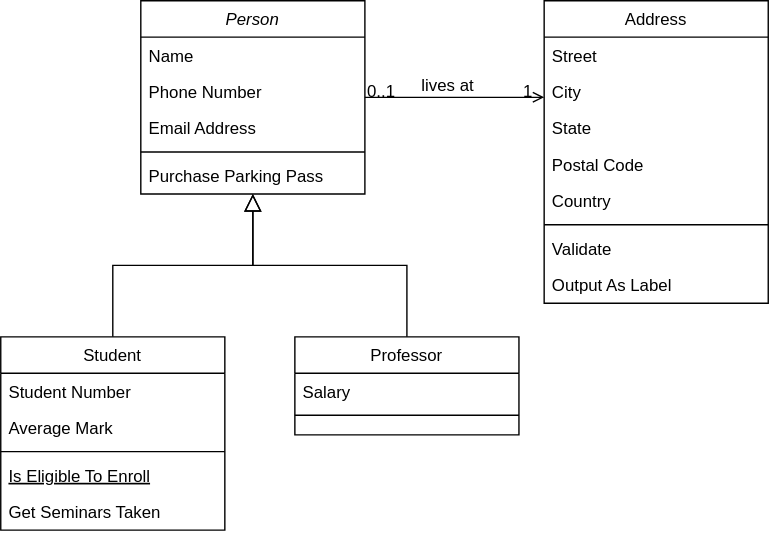
The draw.io diagram Diagrama.drawio.svg in min-swep-r/kodes, before a commit. Source tidied: cells renumbered, new cells last; positions are measured from the earlier drawing's top-left corner, leaving out a move shared by most shapes. Its diagram source:
```xml
<mxGraphModel>
  <root>
    <mxCell id="0" />
    <mxCell id="1" parent="0" />
    <mxCell id="2" value="Person" style="swimlane;fontStyle=2;align=center;verticalAlign=top;horizontal=1;startSize=26;rounded=0;shadow=0;strokeWidth=1;" parent="1" vertex="1">
      <mxGeometry x="100" width="160" height="138" as="geometry" />
    </mxCell>
    <mxCell id="3" value="Name" style="text;align=left;verticalAlign=top;spacingLeft=4;spacingRight=4;overflow=hidden;" parent="2" vertex="1">
      <mxGeometry y="26" width="160" height="26" as="geometry" />
    </mxCell>
    <mxCell id="4" value="Phone Number" style="text;align=left;verticalAlign=top;spacingLeft=4;spacingRight=4;overflow=hidden;rounded=0;shadow=0;html=0;" parent="2" vertex="1">
      <mxGeometry y="52" width="160" height="26" as="geometry" />
    </mxCell>
    <mxCell id="5" value="Email Address" style="text;align=left;verticalAlign=top;spacingLeft=4;spacingRight=4;overflow=hidden;rounded=0;shadow=0;html=0;" parent="2" vertex="1">
      <mxGeometry y="78" width="160" height="26" as="geometry" />
    </mxCell>
    <mxCell id="6" style="line;html=1;strokeWidth=1;align=left;verticalAlign=middle;spacingTop=-1;spacingLeft=3;spacingRight=3;labelPosition=right;" parent="2" vertex="1">
      <mxGeometry y="104" width="160" height="8" as="geometry" />
    </mxCell>
    <mxCell id="7" value="Purchase Parking Pass" style="text;align=left;verticalAlign=top;spacingLeft=4;spacingRight=4;overflow=hidden;" parent="2" vertex="1">
      <mxGeometry y="112" width="160" height="26" as="geometry" />
    </mxCell>
    <mxCell id="8" value="Student" style="swimlane;fontStyle=0;align=center;verticalAlign=top;horizontal=1;startSize=26;rounded=0;shadow=0;strokeWidth=1;" parent="1" vertex="1">
      <mxGeometry y="240" width="160" height="138" as="geometry" />
    </mxCell>
    <mxCell id="9" value="Student Number" style="text;align=left;verticalAlign=top;spacingLeft=4;spacingRight=4;overflow=hidden;" parent="8" vertex="1">
      <mxGeometry y="26" width="160" height="26" as="geometry" />
    </mxCell>
    <mxCell id="10" value="Average Mark" style="text;align=left;verticalAlign=top;spacingLeft=4;spacingRight=4;overflow=hidden;rounded=0;shadow=0;html=0;" parent="8" vertex="1">
      <mxGeometry y="52" width="160" height="26" as="geometry" />
    </mxCell>
    <mxCell id="11" style="line;html=1;strokeWidth=1;align=left;verticalAlign=middle;spacingTop=-1;spacingLeft=3;spacingRight=3;labelPosition=right;" parent="8" vertex="1">
      <mxGeometry y="78" width="160" height="8" as="geometry" />
    </mxCell>
    <mxCell id="12" value="Is Eligible To Enroll" style="text;align=left;verticalAlign=top;spacingLeft=4;spacingRight=4;overflow=hidden;fontStyle=4;" parent="8" vertex="1">
      <mxGeometry y="86" width="160" height="26" as="geometry" />
    </mxCell>
    <mxCell id="13" value="Get Seminars Taken" style="text;align=left;verticalAlign=top;spacingLeft=4;spacingRight=4;overflow=hidden;" parent="8" vertex="1">
      <mxGeometry y="112" width="160" height="26" as="geometry" />
    </mxCell>
    <mxCell id="14" style="endArrow=block;endSize=10;endFill=0;shadow=0;strokeWidth=1;rounded=0;edgeStyle=elbowEdgeStyle;elbow=vertical;" parent="1" edge="1" source="8" target="2">
      <mxGeometry relative="1" as="geometry" />
    </mxCell>
    <mxCell id="15" value="Professor" style="swimlane;fontStyle=0;align=center;verticalAlign=top;horizontal=1;startSize=26;rounded=0;shadow=0;strokeWidth=1;" parent="1" vertex="1">
      <mxGeometry x="210" y="240" width="160" height="70" as="geometry" />
    </mxCell>
    <mxCell id="16" value="Salary" style="text;align=left;verticalAlign=top;spacingLeft=4;spacingRight=4;overflow=hidden;" parent="15" vertex="1">
      <mxGeometry y="26" width="160" height="26" as="geometry" />
    </mxCell>
    <mxCell id="17" style="line;html=1;strokeWidth=1;align=left;verticalAlign=middle;spacingTop=-1;spacingLeft=3;spacingRight=3;labelPosition=right;" parent="15" vertex="1">
      <mxGeometry y="52" width="160" height="8" as="geometry" />
    </mxCell>
    <mxCell id="18" style="endArrow=block;endSize=10;endFill=0;shadow=0;strokeWidth=1;rounded=0;edgeStyle=elbowEdgeStyle;elbow=vertical;" parent="1" edge="1" source="15" target="2">
      <mxGeometry relative="1" as="geometry" />
    </mxCell>
    <mxCell id="19" value="Address" style="swimlane;fontStyle=0;align=center;verticalAlign=top;horizontal=1;startSize=26;rounded=0;shadow=0;strokeWidth=1;" parent="1" vertex="1">
      <mxGeometry x="388" width="160" height="216" as="geometry" />
    </mxCell>
    <mxCell id="20" value="Street" style="text;align=left;verticalAlign=top;spacingLeft=4;spacingRight=4;overflow=hidden;" parent="19" vertex="1">
      <mxGeometry y="26" width="160" height="26" as="geometry" />
    </mxCell>
    <mxCell id="21" value="City" style="text;align=left;verticalAlign=top;spacingLeft=4;spacingRight=4;overflow=hidden;rounded=0;shadow=0;html=0;" parent="19" vertex="1">
      <mxGeometry y="52" width="160" height="26" as="geometry" />
    </mxCell>
    <mxCell id="22" value="State" style="text;align=left;verticalAlign=top;spacingLeft=4;spacingRight=4;overflow=hidden;rounded=0;shadow=0;html=0;" parent="19" vertex="1">
      <mxGeometry y="78" width="160" height="26" as="geometry" />
    </mxCell>
    <mxCell id="23" value="Postal Code" style="text;align=left;verticalAlign=top;spacingLeft=4;spacingRight=4;overflow=hidden;rounded=0;shadow=0;html=0;" parent="19" vertex="1">
      <mxGeometry y="104" width="160" height="26" as="geometry" />
    </mxCell>
    <mxCell id="24" value="Country" style="text;align=left;verticalAlign=top;spacingLeft=4;spacingRight=4;overflow=hidden;rounded=0;shadow=0;html=0;" parent="19" vertex="1">
      <mxGeometry y="130" width="160" height="26" as="geometry" />
    </mxCell>
    <mxCell id="25" style="line;html=1;strokeWidth=1;align=left;verticalAlign=middle;spacingTop=-1;spacingLeft=3;spacingRight=3;labelPosition=right;" parent="19" vertex="1">
      <mxGeometry y="156" width="160" height="8" as="geometry" />
    </mxCell>
    <mxCell id="26" value="Validate" style="text;align=left;verticalAlign=top;spacingLeft=4;spacingRight=4;overflow=hidden;" parent="19" vertex="1">
      <mxGeometry y="164" width="160" height="26" as="geometry" />
    </mxCell>
    <mxCell id="27" value="Output As Label" style="text;align=left;verticalAlign=top;spacingLeft=4;spacingRight=4;overflow=hidden;" parent="19" vertex="1">
      <mxGeometry y="190" width="160" height="26" as="geometry" />
    </mxCell>
    <mxCell id="28" style="endArrow=open;shadow=0;strokeWidth=1;rounded=0;endFill=1;edgeStyle=elbowEdgeStyle;elbow=vertical;" parent="1" edge="1" source="2" target="19">
      <mxGeometry x="0.5" y="41" relative="1" as="geometry">
        <mxPoint x="-40" y="32" as="offset" />
      </mxGeometry>
    </mxCell>
    <mxCell id="29" value="0..1" style="align=left;verticalAlign=bottom;labelBackgroundColor=none;fontSize=12;" parent="28" vertex="1">
      <mxGeometry x="-1" relative="1" as="geometry">
        <mxPoint y="4" as="offset" />
      </mxGeometry>
    </mxCell>
    <mxCell id="30" value="1" style="align=right;verticalAlign=bottom;labelBackgroundColor=none;fontSize=12;" parent="28" vertex="1">
      <mxGeometry x="1" relative="1" as="geometry">
        <mxPoint x="-7" y="4" as="offset" />
      </mxGeometry>
    </mxCell>
    <mxCell id="31" value="lives at" style="text;html=1;align=center;verticalAlign=middle;labelBackgroundColor=none;rounded=0;shadow=0;strokeWidth=1;fontSize=12;" parent="28" vertex="1">
      <mxGeometry x="0.5" y="49" relative="1" as="geometry">
        <mxPoint x="-38" y="40" as="offset" />
      </mxGeometry>
    </mxCell>
  </root>
</mxGraphModel>
```
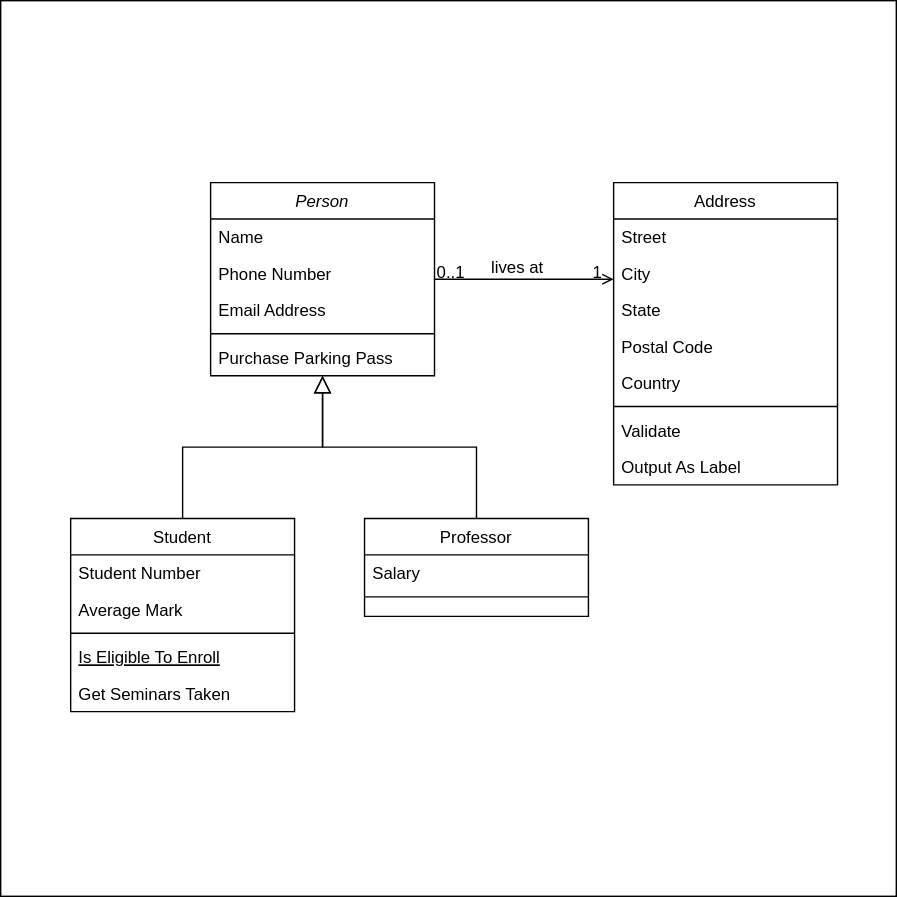
After the change.

Diff of the diagram source:
```diff
@@ -2,6 +2,9 @@
   <root>
     <mxCell id="0" />
     <mxCell id="1" parent="0" />
+    <mxCell id="32" style="whiteSpace=wrap;html=1;" parent="1" vertex="1">
+      <mxGeometry x="-50" y="-130" width="640" height="640" as="geometry" />
+    </mxCell>
     <mxCell id="2" value="Person" style="swimlane;fontStyle=2;align=center;verticalAlign=top;horizontal=1;startSize=26;rounded=0;shadow=0;strokeWidth=1;" parent="1" vertex="1">
       <mxGeometry x="100" width="160" height="138" as="geometry" />
     </mxCell>
```
